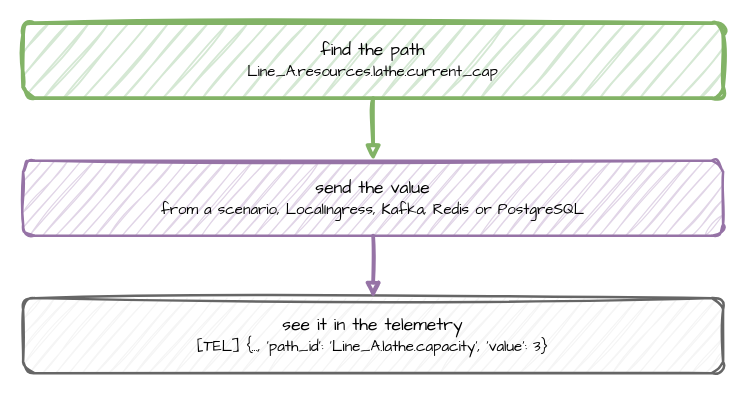
The draw.io diagram docs/assets/diagrams/live-change-steps.drawio in jaehyeon-kim/desflow, before the edit. Source tidied: cells renumbered, new cells numbered last; positions are measured from the earlier drawing's top-left corner, leaving out a move shared by most shapes. Both pictures are drawn from the tidied source at 125%, with x=0, y=0 at pixel (22, 22).
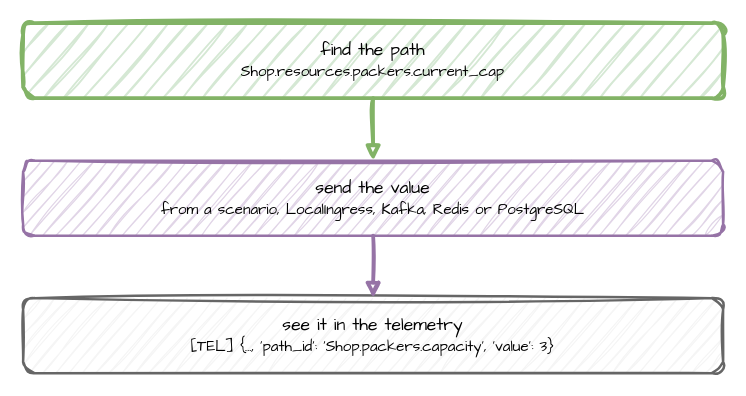
Above is the later version.

Change to the diagram source:
```diff
@@
 <mxGraphModel>
   <root>
     <mxCell id="0" />
     <mxCell id="1" parent="0" />
-    <mxCell id="2" value="find the path&lt;br&gt;&lt;font style='font-size:12px'&gt;Line_A.resources.lathe.current_cap&lt;/font&gt;" style="rounded=1;whiteSpace=wrap;html=1;sketch=1;curveFitting=1;jiggle=2;fontFamily=Comic Sans MS;fontSize=14;fillColor=#d5e8d4;strokeColor=#82b366;strokeWidth=3;" parent="1" vertex="1">
+    <mxCell id="2" value="find the path&lt;br&gt;&lt;font style='font-size:12px'&gt;Shop.resources.packers.current_cap&lt;/font&gt;" style="rounded=1;whiteSpace=wrap;html=1;sketch=1;curveFitting=1;jiggle=2;fontFamily=Comic Sans MS;fontSize=14;fillColor=#d5e8d4;strokeColor=#82b366;strokeWidth=3;" parent="1" vertex="1">
       <mxGeometry width="560" height="60" as="geometry" />
     </mxCell>
     <mxCell id="3" value="send the value&lt;br&gt;&lt;font style='font-size:12px'&gt;from a scenario, LocalIngress, Kafka, Redis or PostgreSQL&lt;/font&gt;" style="rounded=1;whiteSpace=wrap;html=1;sketch=1;curveFitting=1;jiggle=2;fontFamily=Comic Sans MS;fontSize=14;fillColor=#e1d5e7;strokeColor=#9673a6;strokeWidth=2;" parent="1" vertex="1">
       <mxGeometry y="110" width="560" height="60" as="geometry" />
     </mxCell>
-    <mxCell id="4" value="see it in the telemetry&lt;br&gt;&lt;font style='font-size:12px'&gt;[TEL] {..., 'path_id': 'Line_A.lathe.capacity', 'value': 3}&lt;/font&gt;" style="rounded=1;whiteSpace=wrap;html=1;sketch=1;curveFitting=1;jiggle=2;fontFamily=Comic Sans MS;fontSize=14;fillColor=#f5f5f5;strokeColor=#666666;strokeWidth=2;" parent="1" vertex="1">
+    <mxCell id="4" value="see it in the telemetry&lt;br&gt;&lt;font style='font-size:12px'&gt;[TEL] {..., 'path_id': 'Shop.packers.capacity', 'value': 3}&lt;/font&gt;" style="rounded=1;whiteSpace=wrap;html=1;sketch=1;curveFitting=1;jiggle=2;fontFamily=Comic Sans MS;fontSize=14;fillColor=#f5f5f5;strokeColor=#666666;strokeWidth=2;" parent="1" vertex="1">
       <mxGeometry y="220" width="560" height="60" as="geometry" />
     </mxCell>
     <mxCell id="5" style="edgeStyle=orthogonalEdgeStyle;rounded=0;sketch=1;html=1;strokeWidth=3;endArrow=block;strokeColor=#82b366;fontFamily=Comic Sans MS;fontSize=13;labelBackgroundColor=#ffffff;exitX=0.5;exitY=1;exitDx=0;exitDy=0;entryX=0.5;entryY=0;entryDx=0;entryDy=0;" parent="1" edge="1" source="2" target="3">
       <mxGeometry relative="1" as="geometry" />
     </mxCell>
     <mxCell id="6" style="edgeStyle=orthogonalEdgeStyle;rounded=0;sketch=1;html=1;strokeWidth=3;endArrow=block;strokeColor=#9673a6;fontFamily=Comic Sans MS;fontSize=13;labelBackgroundColor=#ffffff;exitX=0.5;exitY=1;exitDx=0;exitDy=0;entryX=0.5;entryY=0;entryDx=0;entryDy=0;" parent="1" edge="1" source="3" target="4">
       <mxGeometry relative="1" as="geometry" />
     </mxCell>
   </root>
 </mxGraphModel>
```
